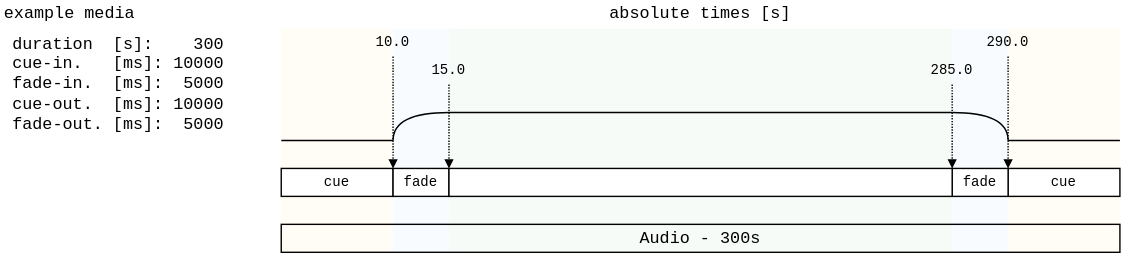
Before: docs/diagrams/audio/cue-and-fade.drawio.svg, a diagram exported from draw.io (digris/obr-web). Source tidied: cells renumbered, new cells last; positions are measured from the earlier drawing's top-left corner, leaving out a move shared by most shapes.
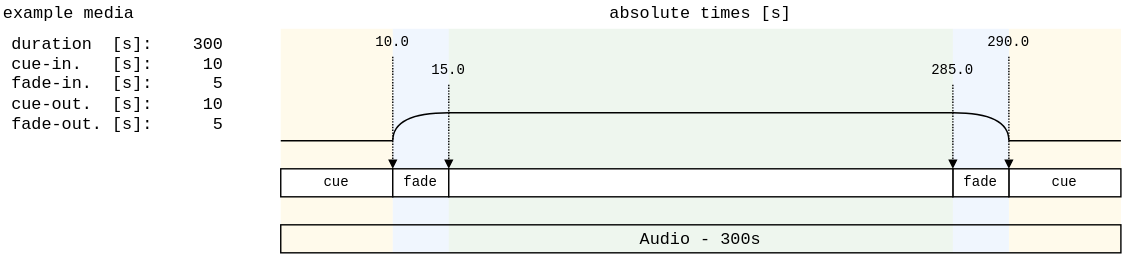
After the change.

Diff of the diagram source:
```diff
@@ -2,19 +2,19 @@
   <root>
     <mxCell id="0" />
     <mxCell id="1" value="bg" parent="0" />
-    <mxCell id="2" style="rounded=0;whiteSpace=wrap;html=1;fontFamily=Courier New;fontSize=12;strokeColor=none;fillColor=#fff2cc;fillOpacity=20;" parent="1" vertex="1">
+    <mxCell id="2" style="rounded=0;whiteSpace=wrap;html=1;fontFamily=Courier New;fontSize=12;strokeColor=none;fillColor=#fff2cc;fillOpacity=40;" parent="1" vertex="1">
       <mxGeometry x="200" y="20" width="80" height="160" as="geometry" />
     </mxCell>
-    <mxCell id="3" style="rounded=0;whiteSpace=wrap;html=1;fontFamily=Courier New;fontSize=12;strokeColor=none;fillColor=#fff2cc;fillOpacity=20;" parent="1" vertex="1">
+    <mxCell id="3" style="rounded=0;whiteSpace=wrap;html=1;fontFamily=Courier New;fontSize=12;strokeColor=none;fillColor=#fff2cc;fillOpacity=40;" parent="1" vertex="1">
       <mxGeometry x="720" y="20" width="80" height="160" as="geometry" />
     </mxCell>
-    <mxCell id="4" style="rounded=0;whiteSpace=wrap;html=1;fontFamily=Courier New;fontSize=12;strokeColor=none;fillColor=#dae8fc;fillOpacity=20;" parent="1" vertex="1">
+    <mxCell id="4" style="rounded=0;whiteSpace=wrap;html=1;fontFamily=Courier New;fontSize=12;strokeColor=none;fillColor=#dae8fc;fillOpacity=40;" parent="1" vertex="1">
       <mxGeometry x="280" y="20" width="40" height="160" as="geometry" />
     </mxCell>
-    <mxCell id="5" style="rounded=0;whiteSpace=wrap;html=1;fontFamily=Courier New;fontSize=12;strokeColor=none;fillColor=#dae8fc;fillOpacity=20;" parent="1" vertex="1">
+    <mxCell id="5" style="rounded=0;whiteSpace=wrap;html=1;fontFamily=Courier New;fontSize=12;strokeColor=none;fillColor=#dae8fc;fillOpacity=40;" parent="1" vertex="1">
       <mxGeometry x="680" y="20" width="40" height="160" as="geometry" />
     </mxCell>
-    <mxCell id="6" style="rounded=0;whiteSpace=wrap;html=1;fontFamily=Courier New;fontSize=12;strokeColor=none;fillColor=#d5e8d4;fillOpacity=20;" parent="1" vertex="1">
+    <mxCell id="6" style="rounded=0;whiteSpace=wrap;html=1;fontFamily=Courier New;fontSize=12;strokeColor=none;fillColor=#d5e8d4;fillOpacity=40;" parent="1" vertex="1">
       <mxGeometry x="320" y="20" width="360" height="160" as="geometry" />
     </mxCell>
     <mxCell id="7" value="graph" parent="0" />
@@ -24,8 +24,8 @@
     <mxCell id="9" value="&lt;font face=&quot;Courier New&quot;&gt;Audio - 300s&lt;/font&gt;" style="rounded=0;whiteSpace=wrap;html=1;fillColor=none;" parent="8" vertex="1">
       <mxGeometry width="600" height="20" as="geometry" />
     </mxCell>
-    <mxCell id="10" value="duration&amp;nbsp; [s]:&amp;nbsp; &amp;nbsp; 300&lt;br&gt;cue-in.&amp;nbsp; &amp;nbsp;[ms]: 10000&lt;br&gt;fade-in.&amp;nbsp; [ms]:&amp;nbsp; 5000&lt;br&gt;cue-out.&amp;nbsp; [ms]: 10000&lt;br&gt;fade-out. [ms]:&amp;nbsp; 5000&lt;br&gt;" style="text;html=1;strokeColor=none;fillColor=none;align=left;verticalAlign=middle;whiteSpace=wrap;rounded=0;spacingLeft=6;fontFamily=Courier New;fontStyle=0;" parent="7" vertex="1">
-      <mxGeometry y="20" width="160" height="80" as="geometry" />
+    <mxCell id="10" value="duration&amp;nbsp; [s]:&amp;nbsp; &amp;nbsp; 300&lt;br&gt;cue-in.&amp;nbsp; &amp;nbsp;[s]:&amp;nbsp; &amp;nbsp; &amp;nbsp;10&lt;br&gt;fade-in.&amp;nbsp; [s]:&amp;nbsp; &amp;nbsp; &amp;nbsp; 5&lt;br&gt;cue-out.&amp;nbsp; [s]:&amp;nbsp; &amp;nbsp; &amp;nbsp;10&lt;br&gt;fade-out. [s]:&amp;nbsp; &amp;nbsp; &amp;nbsp; 5" style="text;html=1;strokeColor=none;fillColor=none;align=left;verticalAlign=middle;whiteSpace=wrap;rounded=0;spacingLeft=6;fontFamily=Courier New;fontStyle=0;" parent="7" vertex="1">
+      <mxGeometry y="20" width="180" height="80" as="geometry" />
     </mxCell>
     <mxCell id="11" value="&lt;font style=&quot;font-size: 10px;&quot;&gt;cue&lt;/font&gt;" style="rounded=0;whiteSpace=wrap;html=1;fontFamily=Courier New;spacing=0;fontSize=10;" parent="7" vertex="1">
       <mxGeometry x="200" y="120" width="80" height="20" as="geometry" />
```
